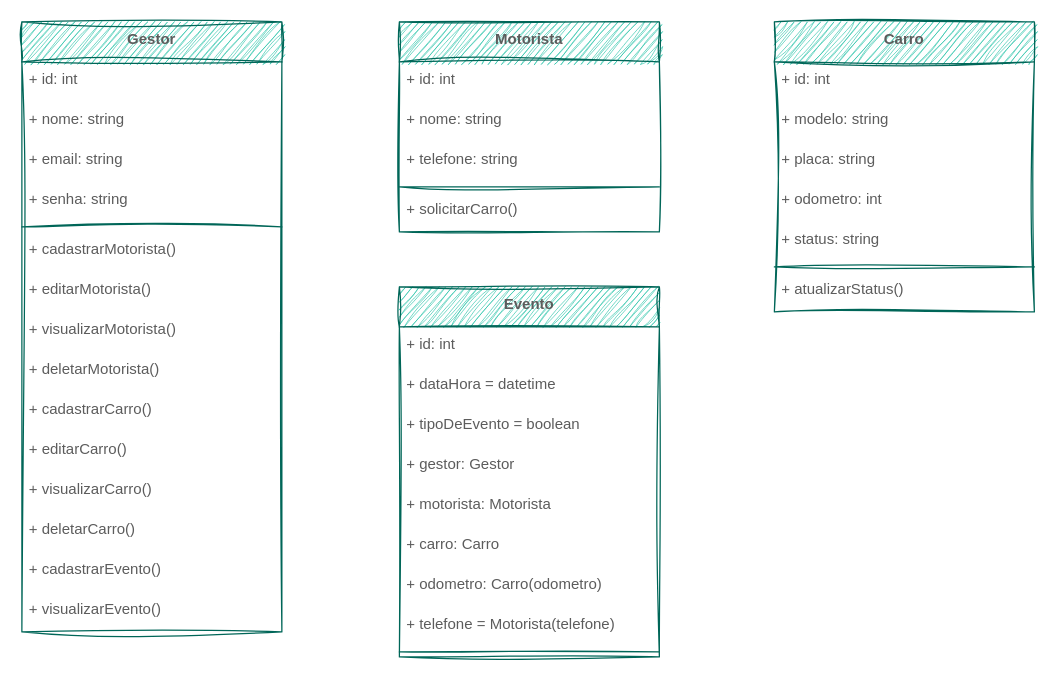
The draw.io diagram frota/classFrota.drawio in ADS-Unifg/Diagramas, before the edit. Source tidied: cells renumbered, new cells numbered last; positions are measured from the earlier drawing's top-left corner, leaving out a move shared by most shapes. Both pictures are drawn from the tidied source at 125%, with x=0, y=0 at pixel (21, 21).
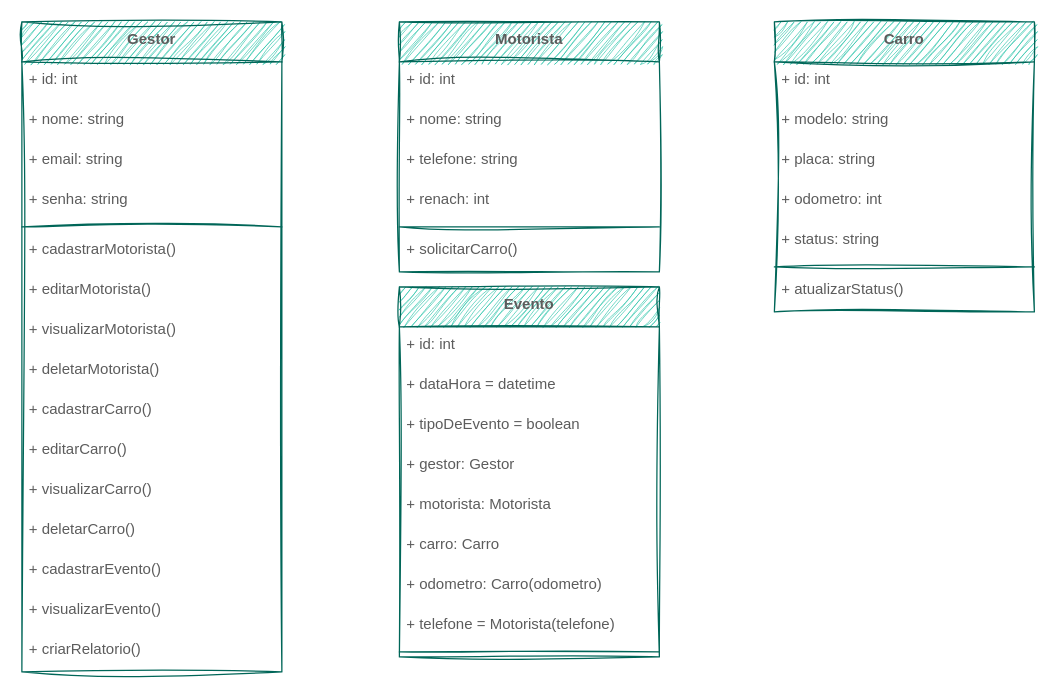
After the change.

Diff of the diagram source:
```diff
@@
     <mxCell id="2" value="Gestor" style="swimlane;fontStyle=1;align=center;verticalAlign=top;horizontal=1;startSize=32;fillColor=#21C0A5;strokeColor=#006658;labelBackgroundColor=none;fontColor=#5C5C5C;sketch=1;curveFitting=1;jiggle=2;rounded=0;" parent="1" vertex="1">
-      <mxGeometry width="208" height="488" as="geometry" />
+      <mxGeometry width="208" height="520" as="geometry" />
     </mxCell>
@@
+    <mxCell id="42" value="+ criarRelatorio()" style="text;strokeColor=none;fillColor=none;align=left;verticalAlign=top;spacingLeft=4;spacingRight=4;overflow=hidden;labelBackgroundColor=none;fontColor=#5C5C5C;sketch=1;curveFitting=1;jiggle=2;rounded=0;" parent="2" vertex="1">
+      <mxGeometry y="488" width="208" height="32" as="geometry" />
+    </mxCell>
     <mxCell id="18" value="Motorista" style="swimlane;fontStyle=1;align=center;verticalAlign=top;horizontal=1;startSize=32;fillColor=#21C0A5;strokeColor=#006658;labelBackgroundColor=none;fontColor=#5C5C5C;sketch=1;curveFitting=1;jiggle=2;rounded=0;" parent="1" vertex="1">
-      <mxGeometry x="302" width="208" height="168" as="geometry" />
+      <mxGeometry x="302" width="208" height="200" as="geometry" />
     </mxCell>
@@
+    <mxCell id="43" value="+ renach: int " style="text;strokeColor=none;fillColor=none;align=left;verticalAlign=top;spacingLeft=4;spacingRight=4;overflow=hidden;labelBackgroundColor=none;fontColor=#5C5C5C;sketch=1;curveFitting=1;jiggle=2;rounded=0;" parent="18" vertex="1">
+      <mxGeometry y="128" width="208" height="32" as="geometry" />
+    </mxCell>
     <mxCell id="22" style="line;strokeWidth=1;fillColor=none;align=left;verticalAlign=middle;spacingTop=-1;spacingLeft=3;spacingRight=3;labelPosition=right;strokeColor=#006658;labelBackgroundColor=none;fontColor=#5C5C5C;sketch=1;curveFitting=1;jiggle=2;rounded=0;" parent="18" vertex="1">
-      <mxGeometry y="128" width="208" height="8" as="geometry" />
+      <mxGeometry y="160" width="208" height="8" as="geometry" />
     </mxCell>
     <mxCell id="23" value="+ solicitarCarro()" style="text;strokeColor=none;fillColor=none;align=left;verticalAlign=top;spacingLeft=4;spacingRight=4;overflow=hidden;labelBackgroundColor=none;fontColor=#5C5C5C;sketch=1;curveFitting=1;jiggle=2;rounded=0;" parent="18" vertex="1">
-      <mxGeometry y="136" width="208" height="32" as="geometry" />
+      <mxGeometry y="168" width="208" height="32" as="geometry" />
     </mxCell>
```
